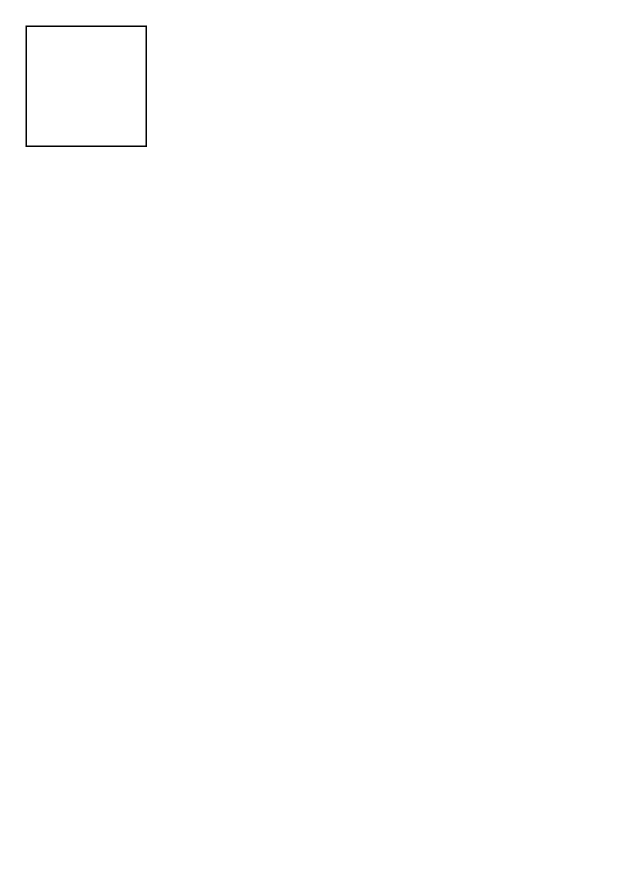
Before: Archi-trd.drawio in danlg/draw, a draw.io diagram. Source tidied: cells renumbered, new cells numbered last; positions are measured from the earlier drawing's top-left corner, leaving out a move shared by most shapes. Both pictures are drawn from the tidied source at 150%, with x=0, y=0 at pixel (26, 26).
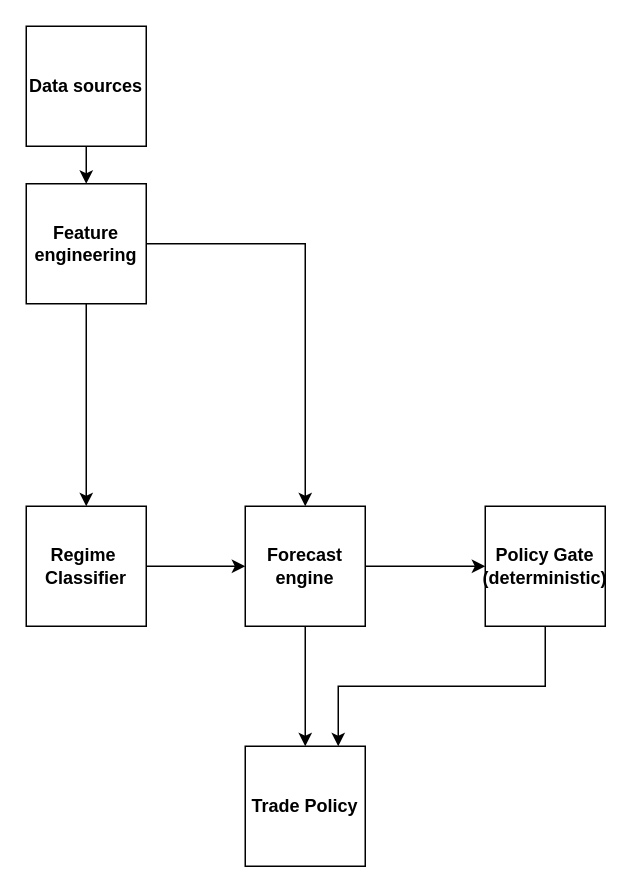
The same page after the edit.

What changed in the source:
```diff
@@
 <mxGraphModel>
   <root>
     <mxCell id="0" />
     <mxCell id="1" parent="0" />
+    <mxCell id="3" style="edgeStyle=orthogonalEdgeStyle;rounded=0;jettySize=auto;html=1;" parent="1" edge="1" source="2" target="7">
+      <mxGeometry relative="1" as="geometry" />
+    </mxCell>
-    <mxCell id="2" style="whiteSpace=wrap;html=1;" parent="1" vertex="1">
+    <mxCell id="2" value="Data sources" style="whiteSpace=wrap;html=1;fontStyle=1;" parent="1" vertex="1">
       <mxGeometry width="80" height="80" as="geometry" />
     </mxCell>
+    <mxCell id="4" style="edgeStyle=orthogonalEdgeStyle;rounded=0;jettySize=auto;html=1;" parent="1" edge="1" source="7" target="8">
+      <mxGeometry relative="1" as="geometry" />
+    </mxCell>
+    <mxCell id="5" style="edgeStyle=orthogonalEdgeStyle;rounded=0;jettySize=auto;html=1;exitX=1;exitY=0.5;exitDx=0;exitDy=0;" parent="1" edge="1" source="8" target="11">
+      <mxGeometry relative="1" as="geometry" />
+    </mxCell>
+    <mxCell id="6" style="edgeStyle=orthogonalEdgeStyle;rounded=0;jettySize=auto;html=1;exitX=1;exitY=0.5;exitDx=0;exitDy=0;" parent="1" edge="1" source="7" target="11">
+      <mxGeometry relative="1" as="geometry" />
+    </mxCell>
+    <mxCell id="7" value="Feature engineering" style="whiteSpace=wrap;html=1;fontStyle=1;" parent="1" vertex="1">
+      <mxGeometry y="105" width="80" height="80" as="geometry" />
+    </mxCell>
+    <mxCell id="8" value="Regime&amp;nbsp;&lt;div&gt;Classifier&lt;/div&gt;" style="whiteSpace=wrap;html=1;fontStyle=1;" parent="1" vertex="1">
+      <mxGeometry y="320" width="80" height="80" as="geometry" />
+    </mxCell>
+    <mxCell id="9" style="edgeStyle=orthogonalEdgeStyle;rounded=0;jettySize=auto;html=1;" parent="1" edge="1" source="11" target="13">
+      <mxGeometry relative="1" as="geometry" />
+    </mxCell>
+    <mxCell id="10" style="edgeStyle=orthogonalEdgeStyle;rounded=0;jettySize=auto;html=1;" parent="1" edge="1" source="11" target="14">
+      <mxGeometry relative="1" as="geometry" />
+    </mxCell>
+    <mxCell id="11" value="Forecast engine" style="whiteSpace=wrap;html=1;fontStyle=1;" parent="1" vertex="1">
+      <mxGeometry x="146" y="320" width="80" height="80" as="geometry" />
+    </mxCell>
+    <mxCell id="12" style="edgeStyle=orthogonalEdgeStyle;rounded=0;jettySize=auto;html=1;exitX=0.5;exitY=1;exitDx=0;exitDy=0;" parent="1" edge="1" source="13" target="14">
+      <mxGeometry relative="1" as="geometry">
+        <Array as="points">
+          <mxPoint x="346" y="440" />
+          <mxPoint x="208" y="440" />
+        </Array>
+      </mxGeometry>
+    </mxCell>
+    <mxCell id="13" value="Policy Gate&lt;div&gt;(deterministic)&lt;/div&gt;" style="whiteSpace=wrap;html=1;fontStyle=1;" parent="1" vertex="1">
+      <mxGeometry x="306" y="320" width="80" height="80" as="geometry" />
+    </mxCell>
+    <mxCell id="14" value="Trade Policy" style="whiteSpace=wrap;html=1;fontStyle=1;" parent="1" vertex="1">
+      <mxGeometry x="146" y="480" width="80" height="80" as="geometry" />
+    </mxCell>
   </root>
 </mxGraphModel>
```
